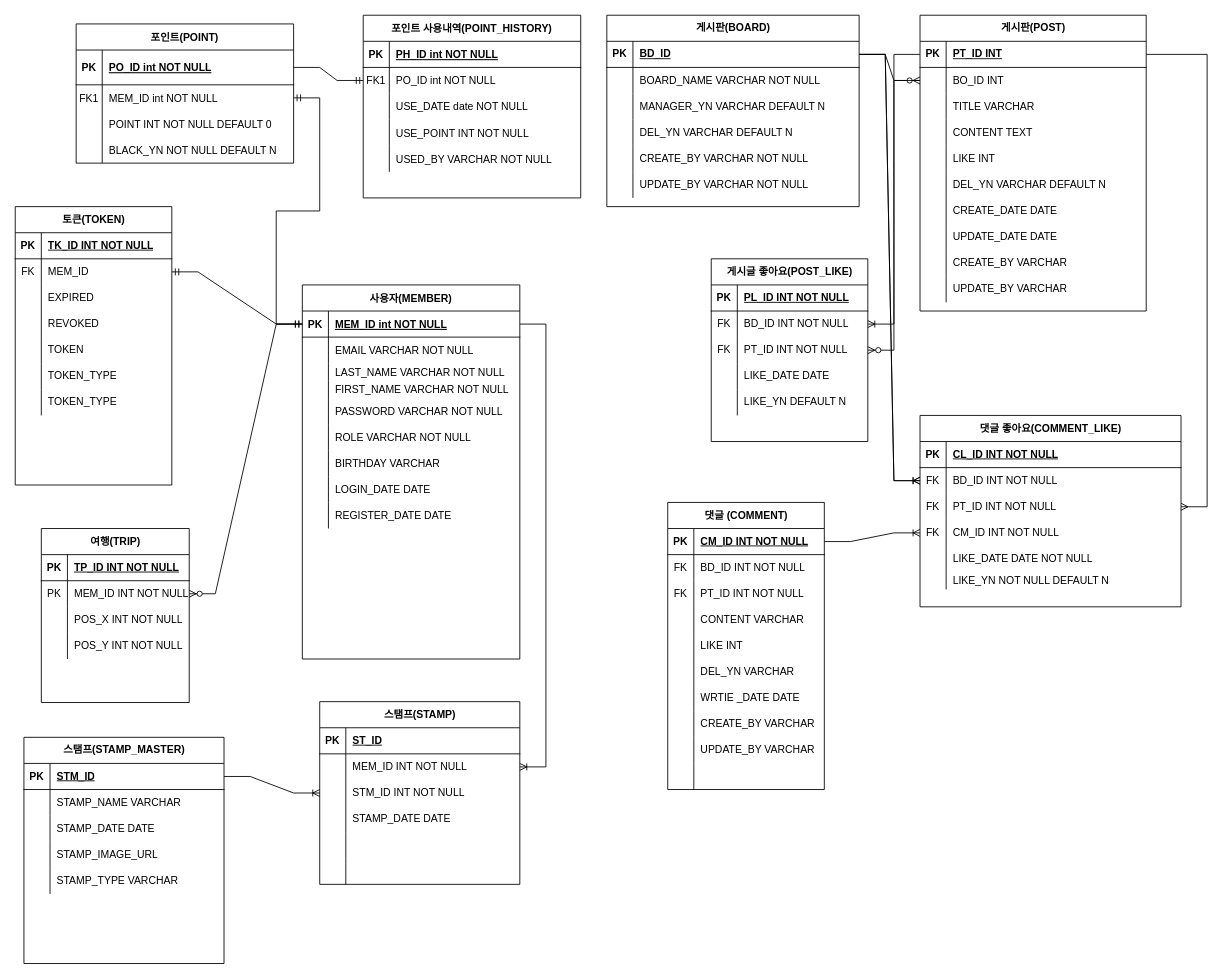
DongJu-Na/Nadry keeps this draw.io diagram as docs/나들이_ERD.drawio. Above is the earlier version. Source tidied: cells renumbered, new cells numbered last; positions are measured from the earlier drawing's top-left corner, leaving out a move shared by most shapes. Both pictures are drawn from the tidied source at 87%, with x=0, y=0 at pixel (15, 15).
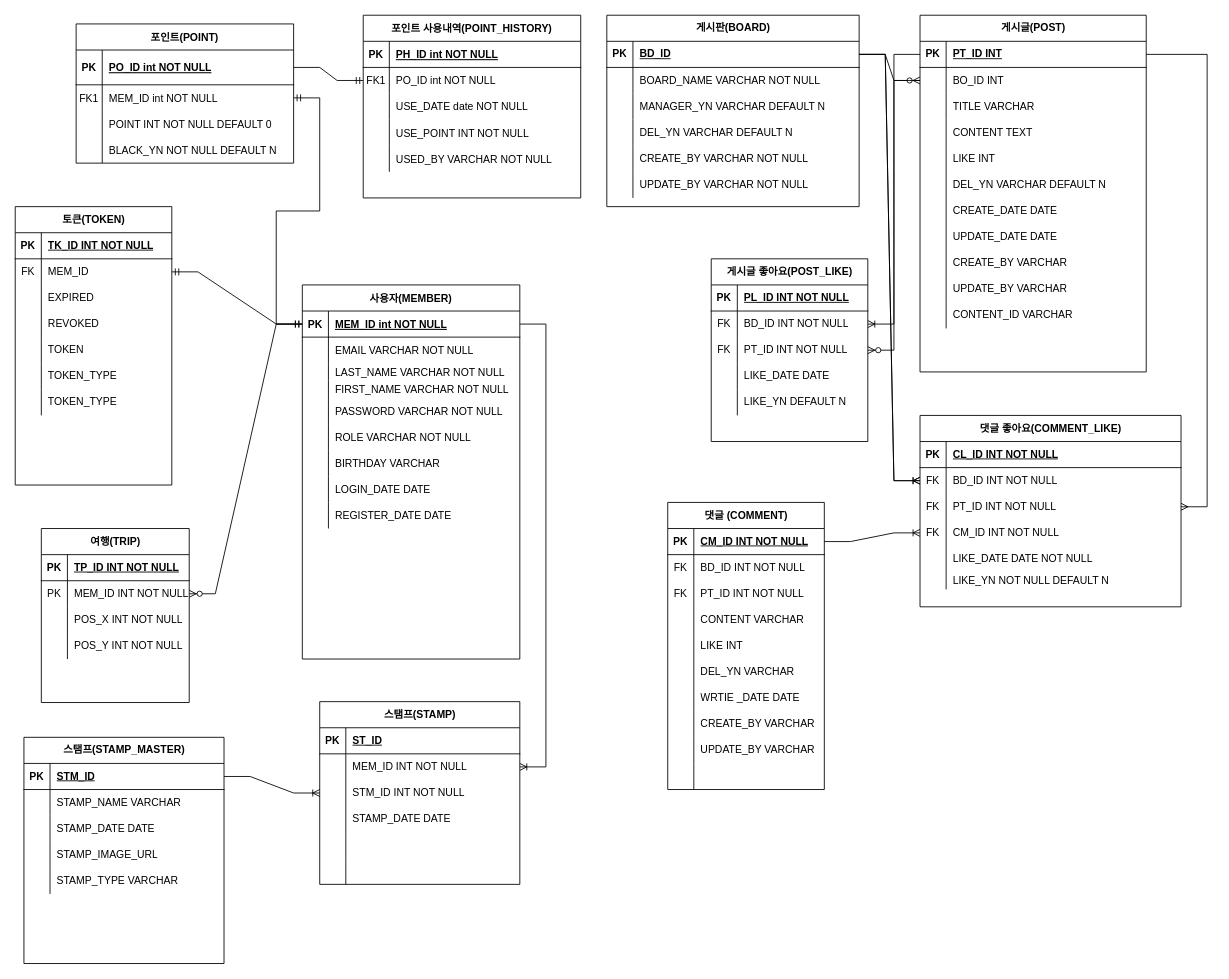
Above is the later version.

What changed in the source:
```diff
@@
-    <mxCell id="103" value="게시판(POST)" style="shape=table;startSize=30;childLayout=tableLayout;rowLines=0;fontStyle=1;align=center;html=1;" parent="1" vertex="1">
-      <mxGeometry x="1040" width="260" height="340" as="geometry" />
+    <mxCell id="103" value="게시글(POST)" style="shape=table;startSize=30;childLayout=tableLayout;rowLines=0;fontStyle=1;align=center;html=1;" parent="1" vertex="1">
+      <mxGeometry x="1040" width="260" height="410" as="geometry" />
     </mxCell>
@@
+    <mxCell id="258" style="shape=tableRow;horizontal=0;startSize=0;swimlaneHead=0;swimlaneBody=0;fillColor=none;top=0;left=0;right=0;bottom=0;" parent="103" vertex="1">
+      <mxGeometry y="330" width="260" height="30" as="geometry" />
+    </mxCell>
+    <mxCell id="259" style="shape=partialRectangle;fillColor=none;top=0;left=0;bottom=0;right=0;overflow=hidden;whiteSpace=wrap;html=1;" parent="258" vertex="1">
+      <mxGeometry width="30" height="30" as="geometry" />
+    </mxCell>
+    <mxCell id="260" value="CONTENT_ID VARCHAR" style="shape=partialRectangle;fillColor=none;top=0;left=0;bottom=0;right=0;align=left;spacingLeft=6;overflow=hidden;whiteSpace=wrap;html=1;" parent="258" vertex="1">
+      <mxGeometry x="30" width="230" height="30" as="geometry" />
+    </mxCell>
```
